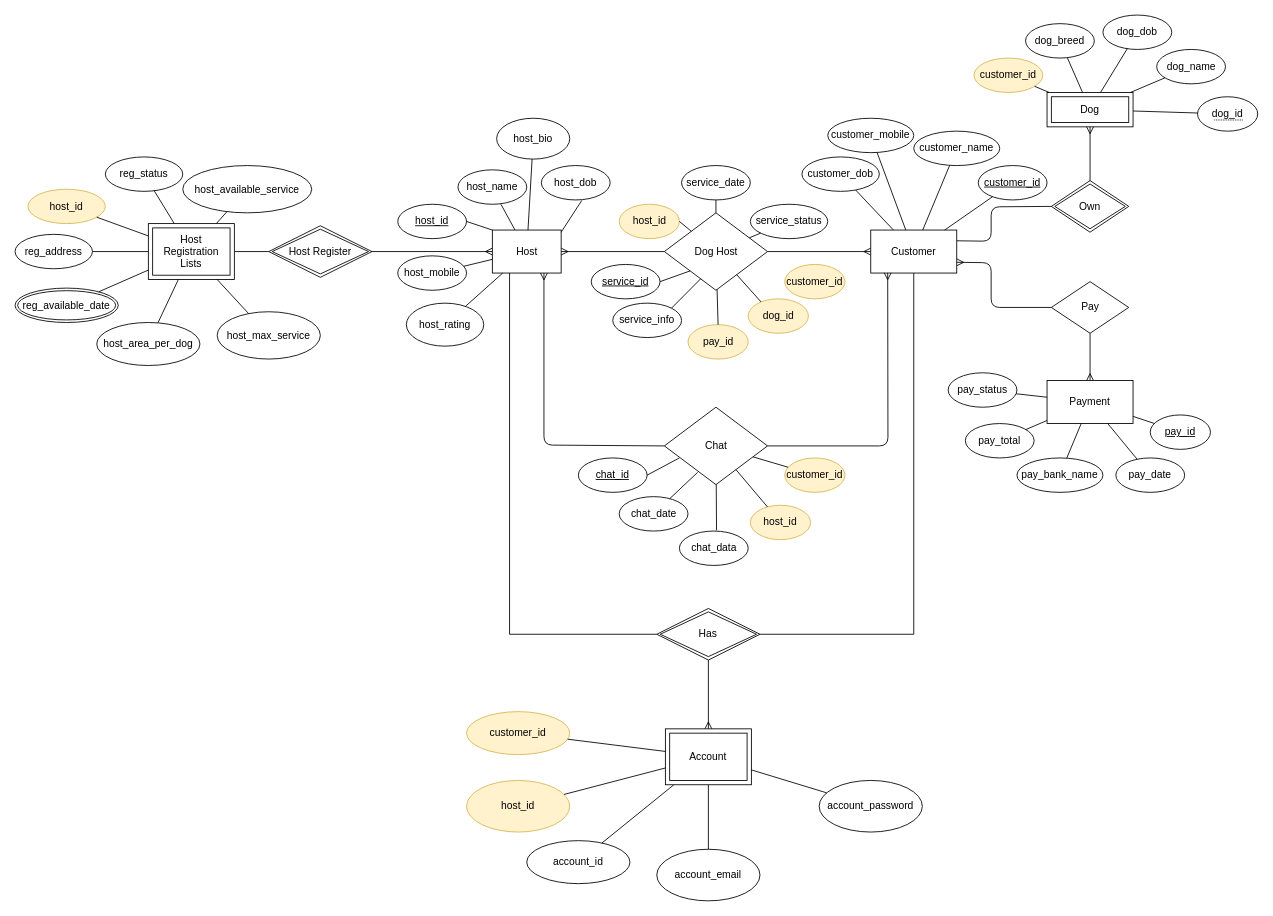
Earlier version of the draw.io diagram ProjectProcesses/HostDog_6ERD/ERD.drawio (Hostdogs/Project_Hostdog). Source tidied: cells renumbered, new cells numbered last; positions are measured from the earlier drawing's top-left corner, leaving out a move shared by most shapes. Both pictures are drawn from the tidied source at 86%, with x=0, y=0 at pixel (15, 15).
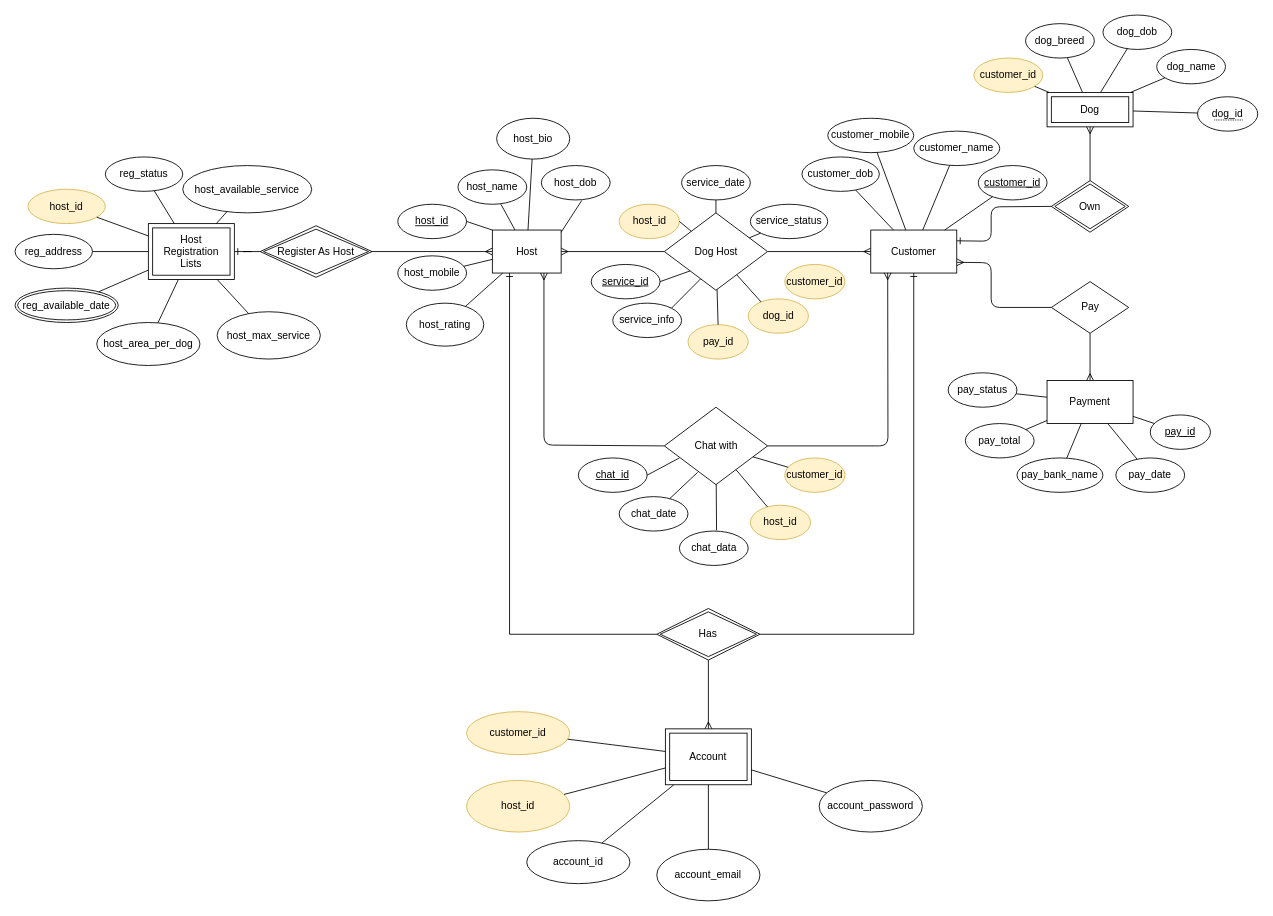
The same diagram, later.

Unchanged cells that the change refers to:
```xml
<mxCell id="4" value="Host" style="html=1;dashed=0;whitespace=wrap;" parent="1" vertex="1">
  <mxGeometry x="555" y="250" width="80" height="50" as="geometry" />
</mxCell>
<mxCell id="7" value="Customer" style="whiteSpace=wrap;html=1;dashed=0;" parent="1" vertex="1">
  <mxGeometry x="995" y="250" width="100" height="50" as="geometry" />
</mxCell>
<mxCell id="22" value="Host Registration&lt;br&gt;Lists" style="shape=ext;margin=3;double=1;whiteSpace=wrap;html=1;align=center;" parent="1" vertex="1">
  <mxGeometry x="155" y="242.5" width="100" height="65" as="geometry" />
</mxCell>
<mxCell id="41" value="Own" style="shape=rhombus;double=1;perimeter=rhombusPerimeter;whiteSpace=wrap;html=1;align=center;strokeColor=#000000;fillColor=none;" parent="1" vertex="1">
  <mxGeometry x="1205" y="192.5" width="90" height="60" as="geometry" />
</mxCell>
<mxCell id="111" value="Has" style="shape=rhombus;double=1;perimeter=rhombusPerimeter;whiteSpace=wrap;html=1;align=center;" parent="1" vertex="1">
  <mxGeometry x="746.2" y="690" width="120" height="60" as="geometry" />
</mxCell>
```

What changed in the source:
```diff
@@
-    <mxCell id="20" value="Host Register" style="shape=rhombus;double=1;perimeter=rhombusPerimeter;whiteSpace=wrap;html=1;align=center;" parent="1" vertex="1">
-      <mxGeometry x="295" y="245" width="120" height="60" as="geometry" />
+    <mxCell id="20" value="Register As Host" style="shape=rhombus;double=1;perimeter=rhombusPerimeter;whiteSpace=wrap;html=1;align=center;" parent="1" vertex="1">
+      <mxGeometry x="285" y="245" width="130" height="60" as="geometry" />
     </mxCell>
-    <mxCell id="21" style="edgeStyle=orthogonalEdgeStyle;rounded=0;jettySize=auto;html=1;entryX=0;entryY=0.5;entryDx=0;entryDy=0;startArrow=none;startFill=0;endArrow=none;endFill=0;strokeColor=#000000;" parent="1" edge="1" source="22" target="20">
+    <mxCell id="21" style="edgeStyle=orthogonalEdgeStyle;rounded=0;jettySize=auto;html=1;entryX=0;entryY=0.5;entryDx=0;entryDy=0;startArrow=ERone;startFill=0;endArrow=none;endFill=0;strokeColor=#000000;" parent="1" edge="1" source="22" target="20">
       <mxGeometry relative="1" as="geometry" />
     </mxCell>
@@
-    <mxCell id="44" style="endArrow=none;html=1;exitX=1;exitY=0.25;exitDx=0;exitDy=0;entryX=0;entryY=0.5;entryDx=0;entryDy=0;" parent="1" edge="1" source="7" target="41">
+    <mxCell id="44" style="endArrow=none;html=1;exitX=1;exitY=0.25;exitDx=0;exitDy=0;entryX=0;entryY=0.5;entryDx=0;entryDy=0;endFill=0;startArrow=ERone;startFill=0;" parent="1" edge="1" source="7" target="41">
       <mxGeometry relative="1" as="geometry">
         <Array as="points">
           <mxPoint x="1135" y="263" />
           <mxPoint x="1135" y="223" />
         </Array>
       </mxGeometry>
     </mxCell>
-    <mxCell id="45" value="Chat" style="shape=rhombus;html=1;dashed=0;whitespace=wrap;perimeter=rhombusPerimeter;" parent="1" vertex="1">
+    <mxCell id="45" value="Chat with" style="shape=rhombus;html=1;dashed=0;whitespace=wrap;perimeter=rhombusPerimeter;" parent="1" vertex="1">
       <mxGeometry x="755" y="456" width="120" height="90" as="geometry" />
     </mxCell>
@@
-    <mxCell id="70" style="edgeStyle=orthogonalEdgeStyle;rounded=0;jettySize=auto;html=1;endArrow=none;endFill=0;" parent="1" edge="1" source="111" target="7">
+    <mxCell id="70" style="edgeStyle=orthogonalEdgeStyle;rounded=0;jettySize=auto;html=1;endArrow=ERone;endFill=0;" parent="1" edge="1" source="111" target="7">
       <mxGeometry relative="1" as="geometry" />
     </mxCell>
-    <mxCell id="71" style="edgeStyle=orthogonalEdgeStyle;rounded=0;jettySize=auto;html=1;entryX=0.25;entryY=1;entryDx=0;entryDy=0;endArrow=none;endFill=0;" parent="1" edge="1" source="111" target="4">
+    <mxCell id="71" style="edgeStyle=orthogonalEdgeStyle;rounded=0;jettySize=auto;html=1;entryX=0.25;entryY=1;entryDx=0;entryDy=0;endArrow=ERone;endFill=0;startArrow=none;startFill=0;" parent="1" edge="1" source="111" target="4">
       <mxGeometry relative="1" as="geometry" />
     </mxCell>
```
